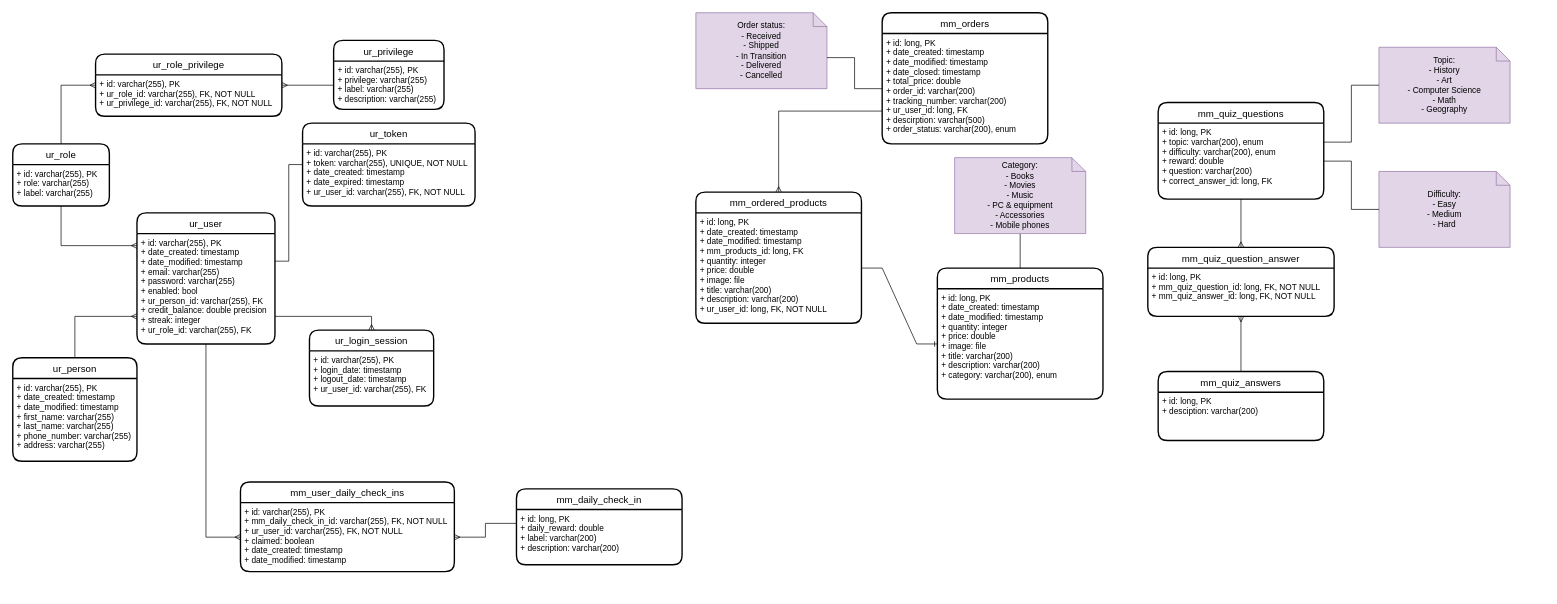
bbozilov26/EMT_2023_backend keeps this draw.io diagram as page "ER models" (7 of 7) of EMT_diagrams.drawio. Above is the earlier version. Source tidied: cells renumbered, new cells numbered last; positions are measured from the earlier drawing's top-left corner, leaving out a move shared by most shapes. Both pictures are drawn from the tidied source at 69%, with x=0, y=0 at pixel (12, 12).
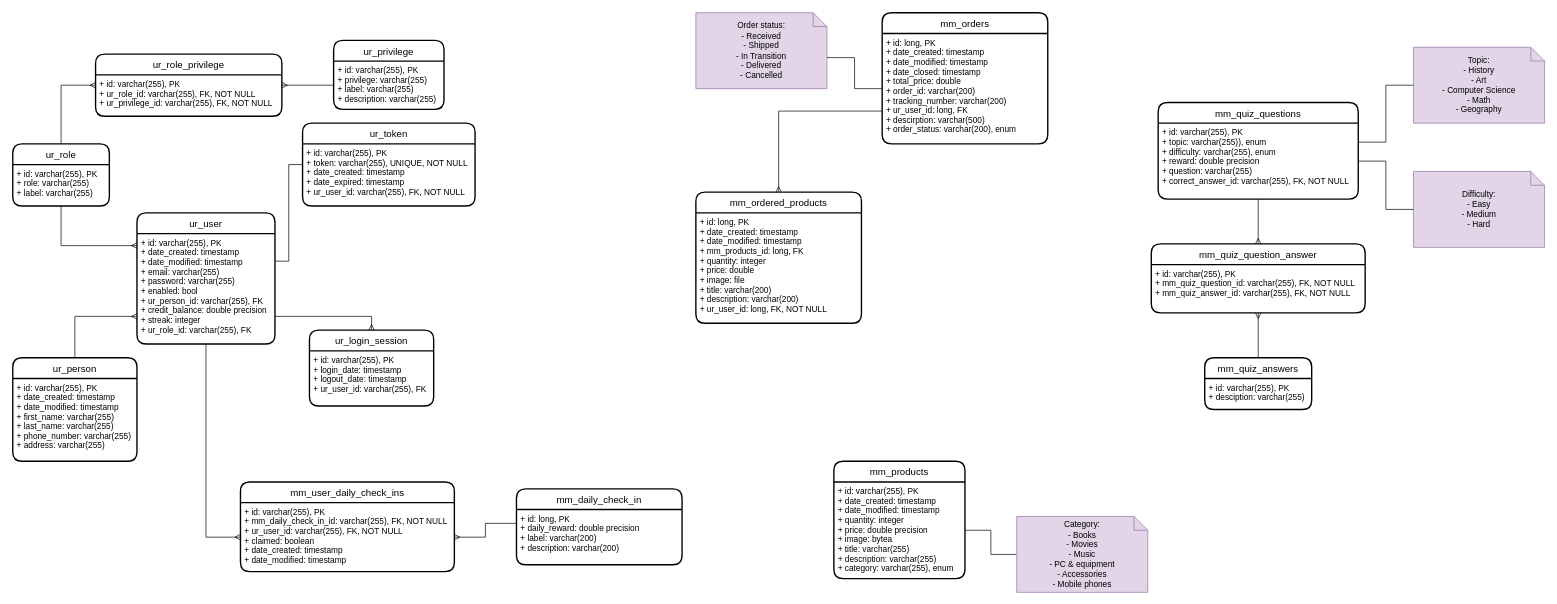
After the change.

Commit message:
Update EMT_diagrams.drawio - products and quiz models fix

Unchanged cells that the change refers to:
```xml
<mxCell id="34" value="mm_daily_check_in" style="swimlane;horizontal=1;startSize=30;rounded=1;fontSize=14;fontStyle=0;strokeWidth=2;shadow=0;dashed=0;align=center;" parent="1" vertex="1">
  <mxGeometry x="730" y="690" width="240" height="110" as="geometry" />
</mxCell>
<mxCell id="45" value="+ id: long, PK&#10;+ date_created: timestamp&#10;+ date_modified: timestamp&#10;+ mm_products_id: long, FK&#10;+ quantity: integer&#10;+ price: double&#10;+ image: file&#10;+ title: varchar(200)&#10;+ description: varchar(200)&#10;+ ur_user_id: long, FK, NOT NULL" style="align=left;strokeColor=none;fillColor=none;spacingLeft=4;fontSize=12;verticalAlign=top;" parent="44" vertex="1">
  <mxGeometry y="30" width="240" height="160" as="geometry" />
</mxCell>
```

Diff of the diagram source:
```diff
@@
-    <mxCell id="22" style="edgeStyle=orthogonalEdgeStyle;rounded=0;jettySize=auto;html=1;exitX=0.5;exitY=0;exitDx=0;exitDy=0;entryX=0.5;entryY=1;entryDx=0;entryDy=0;entryPerimeter=0;endArrow=none;endFill=0;" parent="1" edge="1" source="23" target="46">
+    <mxCell id="22" style="edgeStyle=orthogonalEdgeStyle;rounded=0;jettySize=auto;html=1;exitX=1;exitY=0.5;exitDx=0;exitDy=0;entryX=0;entryY=0.5;entryDx=0;entryDy=0;entryPerimeter=0;endArrow=none;endFill=0;" parent="1" edge="1" source="24" target="46">
       <mxGeometry relative="1" as="geometry" />
     </mxCell>
     <mxCell id="23" value="mm_products" style="swimlane;horizontal=1;startSize=30;rounded=1;fontSize=14;fontStyle=0;strokeWidth=2;shadow=0;dashed=0;align=center;" parent="1" vertex="1">
-      <mxGeometry x="1340" y="370" width="240" height="190" as="geometry" />
+      <mxGeometry x="1190" y="650" width="190" height="170" as="geometry" />
     </mxCell>
-    <mxCell id="24" value="+ id: long, PK&#10;+ date_created: timestamp&#10;+ date_modified: timestamp&#10;+ quantity: integer&#10;+ price: double&#10;+ image: file&#10;+ title: varchar(200)&#10;+ description: varchar(200)&#10;+ category: varchar(200), enum" style="align=left;strokeColor=none;fillColor=none;spacingLeft=4;fontSize=12;verticalAlign=top;" parent="23" vertex="1">
-      <mxGeometry y="30" width="240" height="160" as="geometry" />
+    <mxCell id="24" value="+ id: varchar(255), PK&#10;+ date_created: timestamp&#10;+ date_modified: timestamp&#10;+ quantity: integer&#10;+ price: double precision&#10;+ image: bytea&#10;+ title: varchar(255)&#10;+ description: varchar(255)&#10;+ category: varchar(255), enum" style="align=left;strokeColor=none;fillColor=none;spacingLeft=4;fontSize=12;verticalAlign=top;" parent="23" vertex="1">
+      <mxGeometry y="30" width="190" height="140" as="geometry" />
     </mxCell>
     <mxCell id="25" value="Topic:&lt;br&gt;- History&lt;br&gt;- Art&lt;br&gt;- Computer Science&lt;br&gt;- Math&lt;br&gt;- Geography" style="shape=note;size=20;whiteSpace=wrap;html=1;fillColor=#e1d5e7;strokeColor=#9673a6;" parent="1" vertex="1">
-      <mxGeometry x="1980" y="50" width="190" height="110" as="geometry" />
+      <mxGeometry x="2030" y="50" width="190" height="110" as="geometry" />
     </mxCell>
     <mxCell id="26" value="Difficulty:&lt;br&gt;- Easy&lt;br&gt;- Medium&lt;br&gt;- Hard" style="shape=note;size=20;whiteSpace=wrap;html=1;fillColor=#e1d5e7;strokeColor=#9673a6;" parent="1" vertex="1">
-      <mxGeometry x="1980" y="230" width="190" height="110" as="geometry" />
+      <mxGeometry x="2030" y="230" width="190" height="110" as="geometry" />
     </mxCell>
     <mxCell id="27" value="mm_quiz_questions" style="swimlane;horizontal=1;startSize=30;rounded=1;fontSize=14;fontStyle=0;strokeWidth=2;shadow=0;dashed=0;align=center;" parent="1" vertex="1">
-      <mxGeometry x="1660" y="130" width="240" height="140" as="geometry" />
+      <mxGeometry x="1660" y="130" width="290" height="140" as="geometry" />
     </mxCell>
-    <mxCell id="28" value="+ id: long, PK&#10;+ topic: varchar(200), enum&#10;+ difficulty: varchar(200), enum&#10;+ reward: double&#10;+ question: varchar(200)&#10;+ correct_answer_id: long, FK " style="align=left;strokeColor=none;fillColor=none;spacingLeft=4;fontSize=12;verticalAlign=top;" parent="27" vertex="1">
-      <mxGeometry y="30" width="240" height="110" as="geometry" />
+    <mxCell id="28" value="+ id: varchar(255), PK&#10;+ topic: varchar(255)), enum&#10;+ difficulty: varchar(255), enum&#10;+ reward: double precision&#10;+ question: varchar(255)&#10;+ correct_answer_id: varchar(255), FK, NOT NULL " style="align=left;strokeColor=none;fillColor=none;spacingLeft=4;fontSize=12;verticalAlign=top;" parent="27" vertex="1">
+      <mxGeometry y="30" width="290" height="110" as="geometry" />
     </mxCell>
@@
     <mxCell id="31" value="mm_quiz_answers" style="swimlane;horizontal=1;startSize=30;rounded=1;fontSize=14;fontStyle=0;strokeWidth=2;shadow=0;dashed=0;align=center;" parent="1" vertex="1">
-      <mxGeometry x="1660" y="520" width="240" height="100" as="geometry" />
+      <mxGeometry x="1727.5" y="500" width="155" height="75" as="geometry" />
     </mxCell>
-    <mxCell id="32" value="+ id: long, PK&#10;+ desciption: varchar(200)" style="align=left;strokeColor=none;fillColor=none;spacingLeft=4;fontSize=12;verticalAlign=top;" parent="31" vertex="1">
-      <mxGeometry y="30" width="240" height="70" as="geometry" />
+    <mxCell id="32" value="+ id: varchar(255), PK&#10;+ desciption: varchar(255)" style="align=left;strokeColor=none;fillColor=none;spacingLeft=4;fontSize=12;verticalAlign=top;" parent="31" vertex="1">
+      <mxGeometry y="30" width="155" height="45" as="geometry" />
     </mxCell>
@@
-    <mxCell id="35" value="+ id: long, PK&#10;+ daily_reward: double&#10;+ label: varchar(200)&#10;+ description: varchar(200)" style="align=left;strokeColor=none;fillColor=none;spacingLeft=4;fontSize=12;verticalAlign=top;" parent="34" vertex="1">
+    <mxCell id="35" value="+ id: long, PK&#10;+ daily_reward: double precision&#10;+ label: varchar(200)&#10;+ description: varchar(200)" style="align=left;strokeColor=none;fillColor=none;spacingLeft=4;fontSize=12;verticalAlign=top;" parent="34" vertex="1">
       <mxGeometry y="30" width="240" height="80" as="geometry" />
     </mxCell>
@@
     <mxCell id="46" value="Category:&lt;br&gt;- Books&lt;br&gt;- Movies&lt;br&gt;- Music&lt;br&gt;- PC &amp;amp; equipment&lt;br&gt;- Accessories&lt;br&gt;- Mobile phones" style="shape=note;size=20;whiteSpace=wrap;html=1;fillColor=#e1d5e7;strokeColor=#9673a6;" parent="1" vertex="1">
-      <mxGeometry x="1365" y="210" width="190" height="110" as="geometry" />
+      <mxGeometry x="1455" y="730" width="190" height="110" as="geometry" />
     </mxCell>
-    <mxCell id="47" style="edgeStyle=entityRelationEdgeStyle;fontSize=12;html=1;endArrow=ERone;endFill=1;rounded=0;exitX=1;exitY=0.5;exitDx=0;exitDy=0;entryX=0;entryY=0.5;entryDx=0;entryDy=0;" parent="1" edge="1" source="45" target="24">
-      <mxGeometry relative="1" as="geometry" />
-    </mxCell>
     <mxCell id="48" value="mm_quiz_question_answer" style="swimlane;horizontal=1;startSize=30;rounded=1;fontSize=14;fontStyle=0;strokeWidth=2;shadow=0;dashed=0;align=center;" parent="1" vertex="1">
-      <mxGeometry x="1645" y="340" width="270" height="100" as="geometry" />
+      <mxGeometry x="1650" y="335" width="310" height="100" as="geometry" />
     </mxCell>
-    <mxCell id="49" value="+ id: long, PK&#10;+ mm_quiz_question_id: long, FK, NOT NULL&#10;+ mm_quiz_answer_id: long, FK, NOT NULL" style="align=left;strokeColor=none;fillColor=none;spacingLeft=4;fontSize=12;verticalAlign=top;" parent="48" vertex="1">
-      <mxGeometry y="30" width="270" height="70" as="geometry" />
+    <mxCell id="49" value="+ id: varchar(255), PK&#10;+ mm_quiz_question_id: varchar(255), FK, NOT NULL&#10;+ mm_quiz_answer_id: varchar(255), FK, NOT NULL" style="align=left;strokeColor=none;fillColor=none;spacingLeft=4;fontSize=12;verticalAlign=top;" parent="48" vertex="1">
+      <mxGeometry y="30" width="310" height="70" as="geometry" />
     </mxCell>
```
